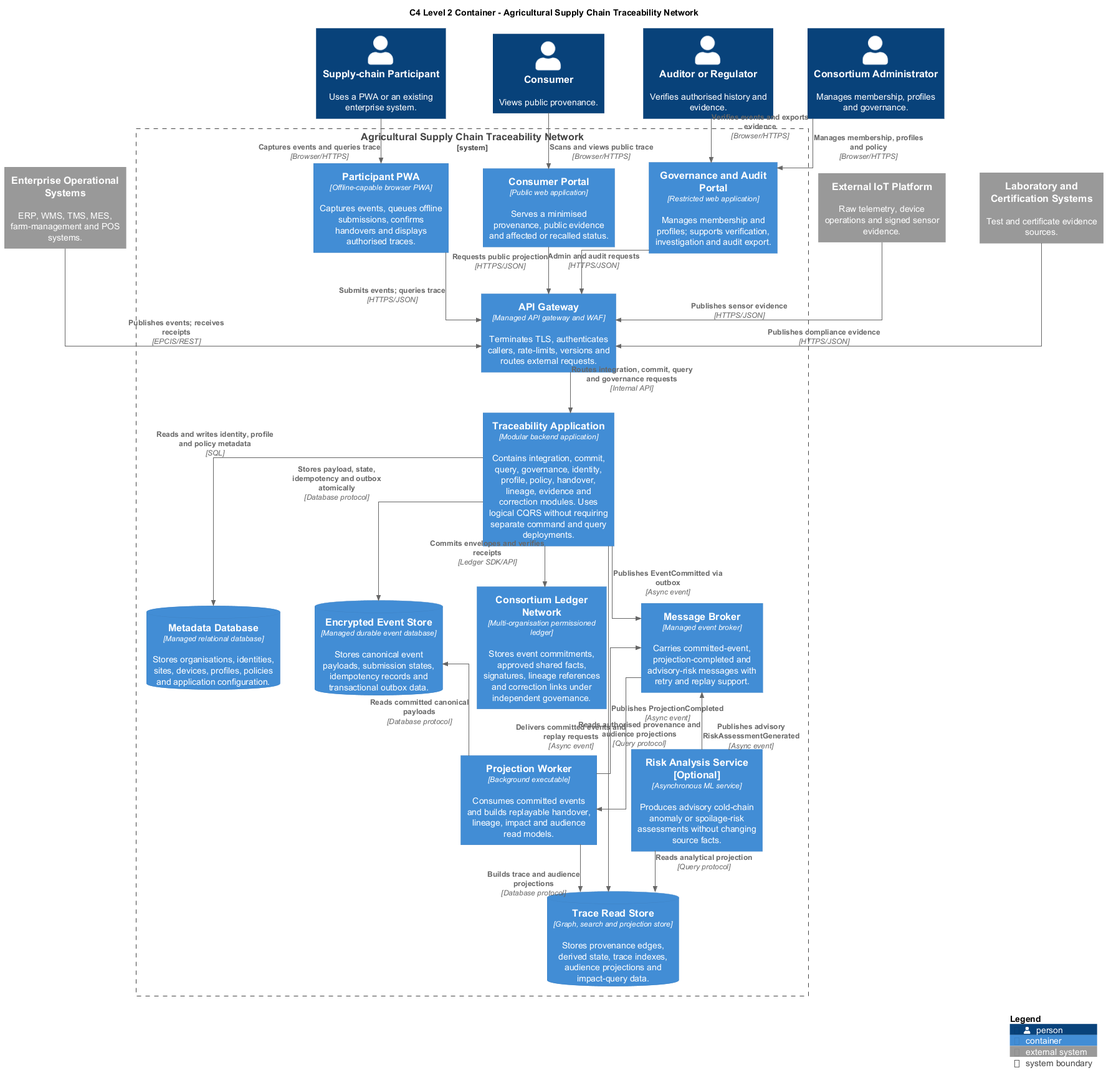
Above: diagrams/rendered/Agricultural_Supply_Chain_Traceability_Containers.png in kuangshen04/48433assignment (PlantUML), before the change.
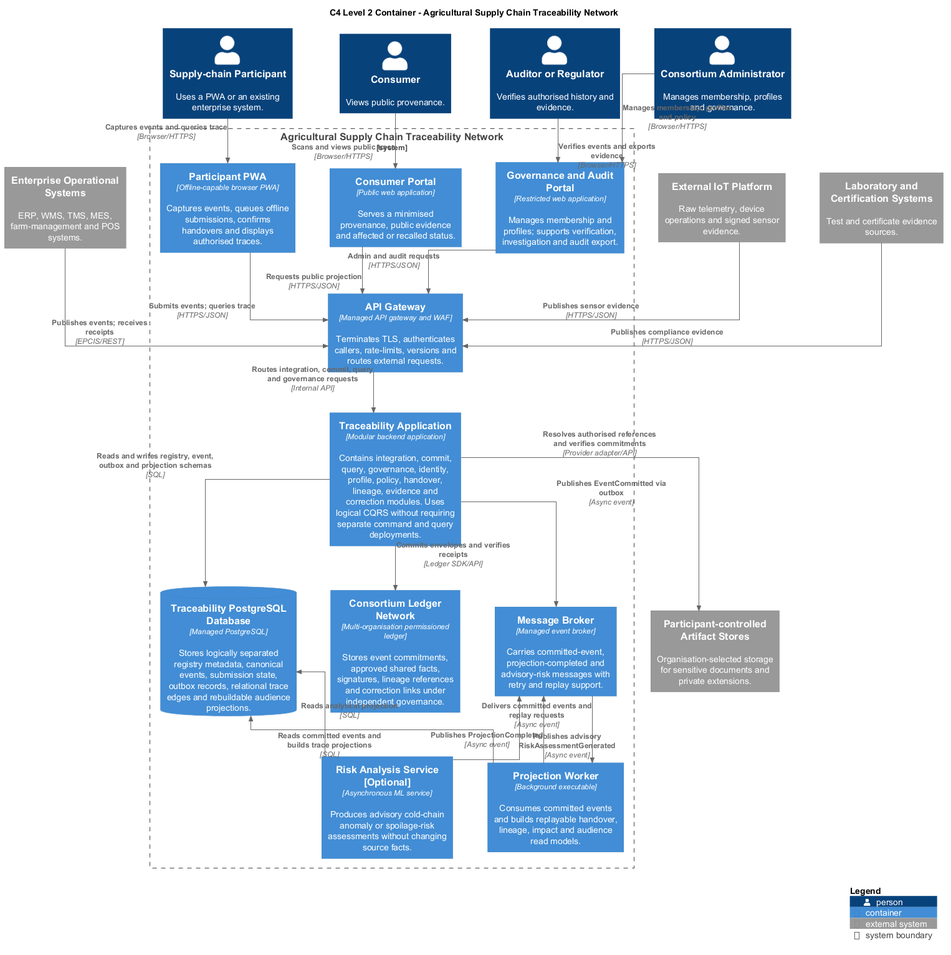
Later version of the same file.

Commit message:
data model

Diff of the diagram source:
```diff
@@ -16,6 +16,7 @@
 System_Ext(enterpriseSystems, "Enterprise Operational Systems", "ERP, WMS, TMS, MES, farm-management and POS systems.")
 System_Ext(iotPlatform, "External IoT Platform", "Raw telemetry, device operations and signed sensor evidence.")
 System_Ext(labSystems, "Laboratory and Certification Systems", "Test and certificate evidence sources.")
+System_Ext(artifactStore, "Participant-controlled Artifact Stores", "Organisation-selected storage for sensitive documents and private extensions.")
 
 System_Boundary(traceNetwork, "Agricultural Supply Chain Traceability Network") {
   Container(participantPwa, "Participant PWA", "Offline-capable browser PWA", "Captures events, queues offline submissions, confirms handovers and displays authorised traces.")
@@ -27,9 +28,7 @@
   Container(projectionWorker, "Projection Worker", "Background executable", "Consumes committed events and builds replayable handover, lineage, impact and audience read models.")
   Container(riskService, "Risk Analysis Service [Optional]", "Asynchronous ML service", "Produces advisory cold-chain anomaly or spoilage-risk assessments without changing source facts.")
 
-  ContainerDb(metadataDb, "Metadata Database", "Managed relational database", "Stores organisations, identities, sites, devices, profiles, policies and application configuration.")
-  ContainerDb(eventStore, "Encrypted Event Store", "Managed durable event database", "Stores canonical event payloads, submission states, idempotency records and transactional outbox data.")
-  ContainerDb(readStore, "Trace Read Store", "Graph, search and projection store", "Stores provenance edges, derived state, trace indexes, audience projections and impact-query data.")
+  ContainerDb(traceDb, "Traceability PostgreSQL Database", "Managed PostgreSQL", "Stores logically separated registry metadata, canonical events, submission state, outbox records, relational trace edges and rebuildable audience projections.")
   Container(messageBroker, "Message Broker", "Managed event broker", "Carries committed-event, projection-completed and advisory-risk messages with retry and replay support.")
   Container(ledger, "Consortium Ledger Network", "Multi-organisation permissioned ledger", "Stores event commitments, approved shared facts, signatures, lineage references and correction links under independent governance.")
 }
@@ -38,12 +37,11 @@
 Lay_R(consumerPortal, auditPortal)
 Lay_D(consumerPortal, apiGateway)
 Lay_D(apiGateway, traceApp)
-Lay_R(metadataDb, eventStore)
-Lay_R(eventStore, ledger)
+Lay_R(traceDb, ledger)
 Lay_R(ledger, messageBroker)
 Lay_D(messageBroker, projectionWorker)
 Lay_R(projectionWorker, riskService)
-Lay_D(projectionWorker, readStore)
+Lay_D(projectionWorker, traceDb)
 
 Rel(participant, participantPwa, "Captures events and queries trace", "Browser/HTTPS")
 Rel(consumer, consumerPortal, "Scans and views public trace", "Browser/HTTPS")
@@ -56,20 +54,18 @@
 Rel(enterpriseSystems, apiGateway, "Publishes events; receives receipts", "EPCIS/REST")
 Rel(iotPlatform, apiGateway, "Publishes sensor evidence", "HTTPS/JSON")
 Rel(labSystems, apiGateway, "Publishes compliance evidence", "HTTPS/JSON")
+Rel(traceApp, artifactStore, "Resolves authorised references and verifies commitments", "Provider adapter/API")
 
 Rel(apiGateway, traceApp, "Routes integration, commit, query and governance requests", "Internal API")
-Rel(traceApp, metadataDb, "Reads and writes identity, profile and policy metadata", "SQL")
-Rel(traceApp, eventStore, "Stores payload, state, idempotency and outbox atomically", "Database protocol")
-Rel(traceApp, readStore, "Reads authorised provenance and audience projections", "Query protocol")
+Rel(traceApp, traceDb, "Reads and writes registry, event, outbox and projection schemas", "SQL")
 Rel(traceApp, ledger, "Commits envelopes and verifies receipts", "Ledger SDK/API")
 Rel(traceApp, messageBroker, "Publishes EventCommitted via outbox", "Async event")
 
 Rel(messageBroker, projectionWorker, "Delivers committed events and replay requests", "Async event")
-Rel(projectionWorker, eventStore, "Reads committed canonical payloads", "Database protocol")
-Rel(projectionWorker, readStore, "Builds trace and audience projections", "Database protocol")
+Rel(projectionWorker, traceDb, "Reads committed events and builds trace projections", "SQL")
 Rel(projectionWorker, messageBroker, "Publishes ProjectionCompleted", "Async event")
 
-Rel(riskService, readStore, "Reads analytical projection", "Query protocol")
+Rel(riskService, traceDb, "Reads analytical projection", "SQL")
 Rel(riskService, messageBroker, "Publishes advisory RiskAssessmentGenerated", "Async event")
 
 SHOW_LEGEND()
```
